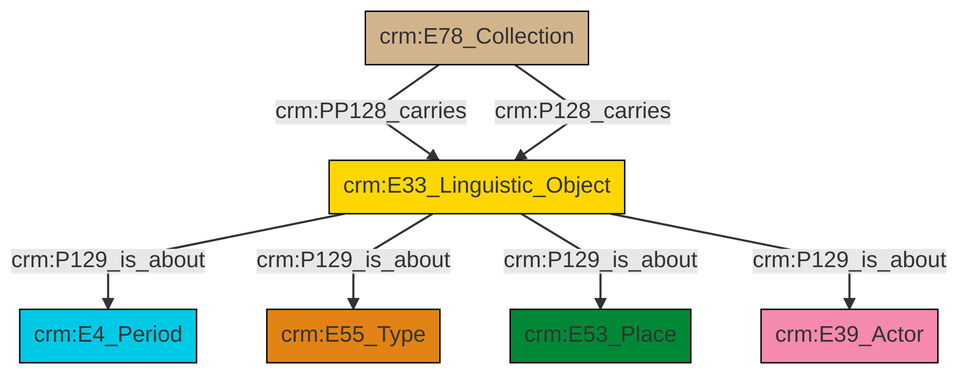
Before: et/archivalCSV/ttl/mmd/png/archival_aboutness.png, a diagram exported from Mermaid (swiss-art-research-net/docs.swissartresearch). Its source is kept beside it as et/archivalCSV/ttl/mmd/archival_aboutness.ttl.mmd.
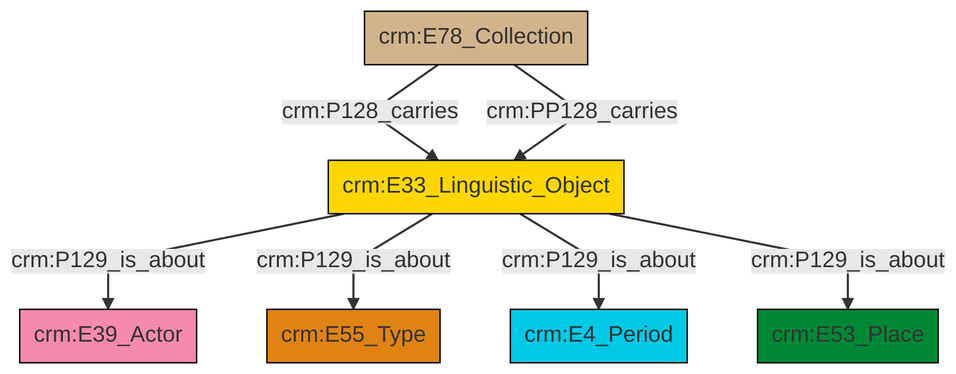
The same diagram one commit later.

What changed in the source:
```diff
@@ -13,9 +13,9 @@
 classDef PC_Classes fill:#4ce600, stroke:#000000;
 classDef Multi fill:#cccccc,stroke:#000000;
 
-2["crm:E33_Linguistic_Object"]:::Conceptual_Object -->|crm:P129_is_about| 0["crm:E4_Period"]:::Temporal_Entity
-3["crm:E78_Collection"]:::Physical_Thing -->|crm:PP128_carries| 2["crm:E33_Linguistic_Object"]:::Conceptual_Object
-2["crm:E33_Linguistic_Object"]:::Conceptual_Object -->|crm:P129_is_about| 4["crm:E55_Type"]:::Type
-3["crm:E78_Collection"]:::Physical_Thing -->|crm:P128_carries| 2["crm:E33_Linguistic_Object"]:::Conceptual_Object
-2["crm:E33_Linguistic_Object"]:::Conceptual_Object -->|crm:P129_is_about| 7["crm:E53_Place"]:::Place
-2["crm:E33_Linguistic_Object"]:::Conceptual_Object -->|crm:P129_is_about| 10["crm:E39_Actor"]:::Actor
+4["crm:E33_Linguistic_Object"]:::Conceptual_Object -->|crm:P129_is_about| 5["crm:E39_Actor"]:::Actor
+0["crm:E78_Collection"]:::Physical_Thing -->|crm:P128_carries| 4["crm:E33_Linguistic_Object"]:::Conceptual_Object
+4["crm:E33_Linguistic_Object"]:::Conceptual_Object -->|crm:P129_is_about| 6["crm:E55_Type"]:::Type
+4["crm:E33_Linguistic_Object"]:::Conceptual_Object -->|crm:P129_is_about| 8["crm:E4_Period"]:::Temporal_Entity
+0["crm:E78_Collection"]:::Physical_Thing -->|crm:PP128_carries| 4["crm:E33_Linguistic_Object"]:::Conceptual_Object
+4["crm:E33_Linguistic_Object"]:::Conceptual_Object -->|crm:P129_is_about| 2["crm:E53_Place"]:::Place
```
